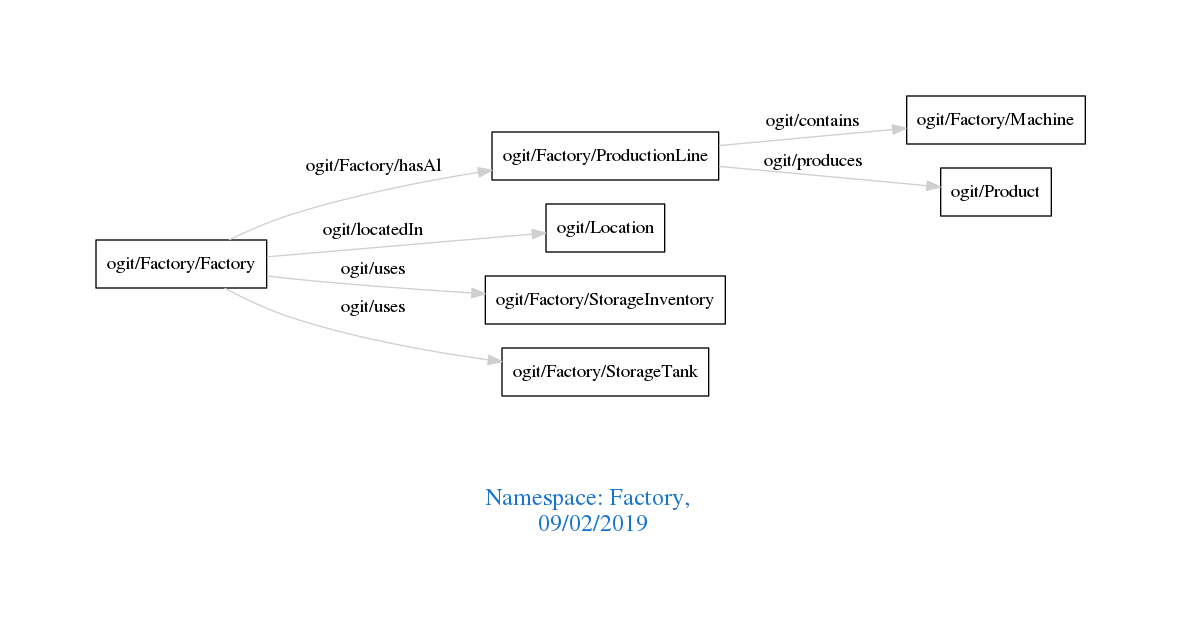
arago/OGIT keeps this Graphviz diagram as downloads/Factory.png. Above is the earlier version. Its source is kept beside it as downloads/Factory.dot. Its diagram source:
```dot
digraph OGIT_ontology {
 graph [ rankdir= LR,pad=1
fontsize = 18,
fontcolor= dodgerblue3,label = "\n\n\nNamespace: Factory, \n 09/02/2019"];
node[shape=polygon];
edge [  color="gray81"];

   "ogit/Factory/ProductionLine" -> "ogit/Factory/Machine" [label="   ogit/contains    "];
   "ogit/Factory/Factory" -> "ogit/Factory/ProductionLine" [label="   ogit/Factory/hasAl    "];
   "ogit/Factory/Factory" -> "ogit/Location" [label="   ogit/locatedIn    "];
   "ogit/Factory/ProductionLine" -> "ogit/Product" [label="   ogit/produces    "];
   "ogit/Factory/Factory" -> "ogit/Factory/StorageInventory" [label="   ogit/uses    "];
   "ogit/Factory/Factory" -> "ogit/Factory/StorageTank" [label="   ogit/uses    "];
}
```
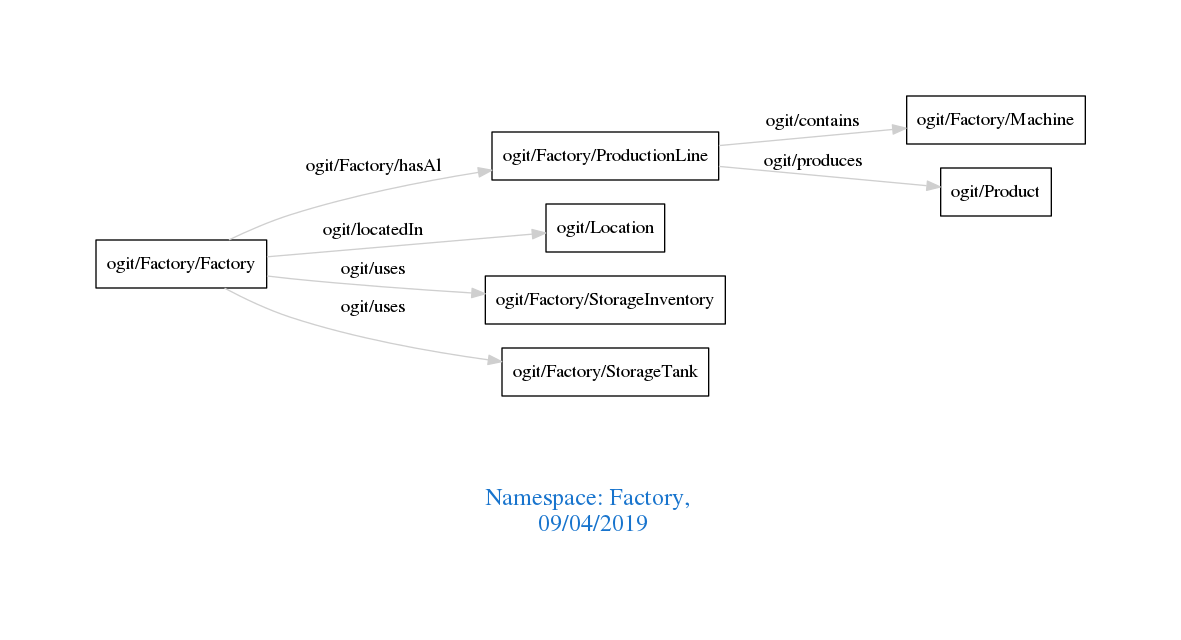
The same diagram one commit later.

What changed in the source:
```diff
@@ -1,7 +1,7 @@
 digraph OGIT_ontology {
  graph [ rankdir= LR,pad=1
 fontsize = 18,
-fontcolor= dodgerblue3,label = "\n\n\nNamespace: Factory, \n 09/02/2019"];
+fontcolor= dodgerblue3,label = "\n\n\nNamespace: Factory, \n 09/04/2019"];
 node[shape=polygon];
 edge [  color="gray81"];
 
```
